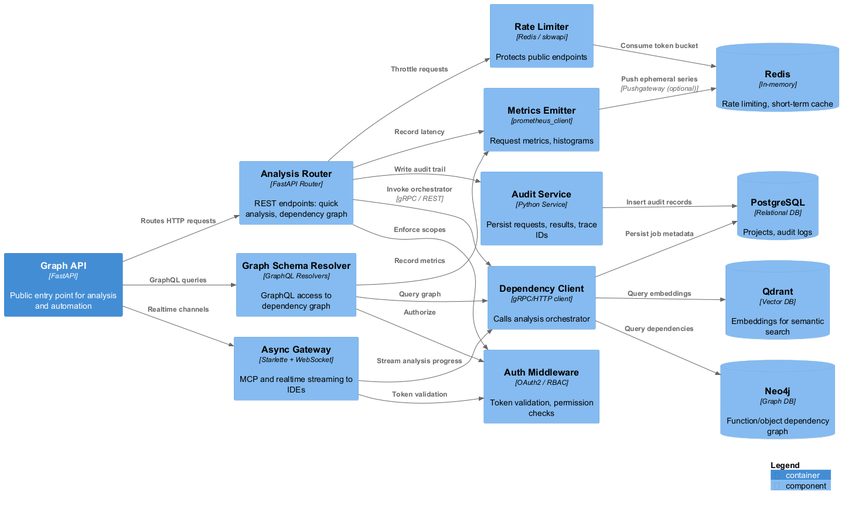
Above: docs/architecture/uml/c4/png/component_analysis.png in leandr92/1cai-public (PlantUML), before the change. Source of this version:
```plantuml
@startuml component_analysis
!include <C4/C4_Component>

LAYOUT_LEFT_RIGHT()
LAYOUT_WITH_LEGEND()

AddElementTag("Service","#e8f4ff","")
AddElementTag("Adapter","#fff4e6","")
AddElementTag("Data","#f0f7ff","")

Container(API, "Graph API", "FastAPI", "Public entry point for analysis and automation")

Component(AnalysisRouter, "Analysis Router", "FastAPI Router", "REST endpoints: quick analysis, dependency graph")
Component(SchemaResolver, "Graph Schema Resolver", "GraphQL Resolvers", "GraphQL access to dependency graph")
Component(AsyncGateway, "Async Gateway", "Starlette + WebSocket", "MCP and realtime streaming to IDEs")
Component(AuthMiddleware, "Auth Middleware", "OAuth2 / RBAC", "Token validation, permission checks", "Service")
Component(RateLimiter, "Rate Limiter", "Redis / slowapi", "Protects public endpoints", "Adapter")
Component(AuditService, "Audit Service", "Python Service", "Persist requests, results, trace IDs", "Service")
Component(DependencyClient, "Dependency Client", "gRPC/HTTP client", "Calls analysis orchestrator", "Adapter")
Component(MetricsEmitter, "Metrics Emitter", "prometheus_client", "Request metrics, histograms", "Service")

ComponentDb(Postgres, "PostgreSQL", "Relational DB", "Projects, audit logs", "Data")
ComponentDb(Neo4j, "Neo4j", "Graph DB", "Function/object dependency graph", "Data")
ComponentDb(Qdrant, "Qdrant", "Vector DB", "Embeddings for semantic search", "Data")
ComponentDb(Redis, "Redis", "In-memory", "Rate limiting, short-term cache", "Data")

Rel(API, AnalysisRouter, "Routes HTTP requests")
Rel(API, SchemaResolver, "GraphQL queries")
Rel(API, AsyncGateway, "Realtime channels")

Rel(AnalysisRouter, AuthMiddleware, "Enforce scopes")
Rel(AnalysisRouter, RateLimiter, "Throttle requests")
Rel(AnalysisRouter, DependencyClient, "Invoke orchestrator", "gRPC / REST")
Rel(AnalysisRouter, AuditService, "Write audit trail")
Rel(AnalysisRouter, MetricsEmitter, "Record latency")

Rel(SchemaResolver, AuthMiddleware, "Authorize")
Rel(SchemaResolver, DependencyClient, "Query graph")
Rel(SchemaResolver, MetricsEmitter, "Record metrics")

Rel(AsyncGateway, AuthMiddleware, "Token validation")
Rel(AsyncGateway, DependencyClient, "Stream analysis progress")

Rel(AuditService, Postgres, "Insert audit records")
Rel(DependencyClient, Neo4j, "Query dependencies")
Rel(DependencyClient, Qdrant, "Query embeddings")
Rel(DependencyClient, Postgres, "Persist job metadata")
Rel(RateLimiter, Redis, "Consume token bucket")
Rel(MetricsEmitter, Redis, "Push ephemeral series", "Pushgateway (optional)")

SHOW_LEGEND()
@enduml
```
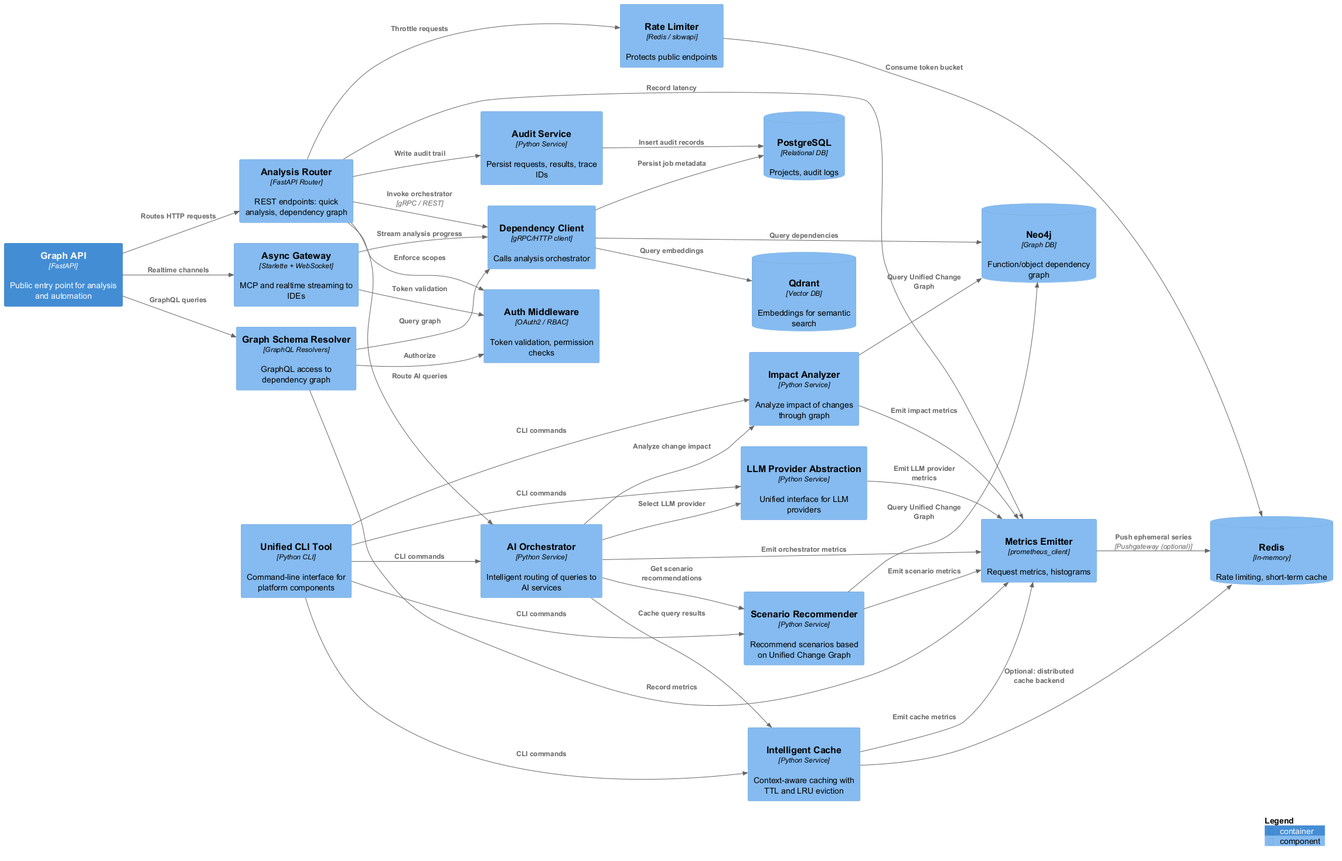
The same file after the commit.

What changed in the source:
```diff
@@ -18,6 +18,13 @@
 Component(AuditService, "Audit Service", "Python Service", "Persist requests, results, trace IDs", "Service")
 Component(DependencyClient, "Dependency Client", "gRPC/HTTP client", "Calls analysis orchestrator", "Adapter")
 Component(MetricsEmitter, "Metrics Emitter", "prometheus_client", "Request metrics, histograms", "Service")
+
+Component(AIOrchestrator, "AI Orchestrator", "Python Service", "Intelligent routing of queries to AI services", "Service")
+Component(ScenarioRecommender, "Scenario Recommender", "Python Service", "Recommend scenarios based on Unified Change Graph", "Service")
+Component(ImpactAnalyzer, "Impact Analyzer", "Python Service", "Analyze impact of changes through graph", "Service")
+Component(LLMProviderAbstraction, "LLM Provider Abstraction", "Python Service", "Unified interface for LLM providers", "Service")
+Component(IntelligentCache, "Intelligent Cache", "Python Service", "Context-aware caching with TTL and LRU eviction", "Service")
+Component(CLITool, "Unified CLI Tool", "Python CLI", "Command-line interface for platform components", "Adapter")
 
 ComponentDb(Postgres, "PostgreSQL", "Relational DB", "Projects, audit logs", "Data")
 ComponentDb(Neo4j, "Neo4j", "Graph DB", "Function/object dependency graph", "Data")
@@ -48,5 +55,24 @@
 Rel(RateLimiter, Redis, "Consume token bucket")
 Rel(MetricsEmitter, Redis, "Push ephemeral series", "Pushgateway (optional)")
 
+Rel(AnalysisRouter, AIOrchestrator, "Route AI queries")
+Rel(AIOrchestrator, ScenarioRecommender, "Get scenario recommendations")
+Rel(AIOrchestrator, ImpactAnalyzer, "Analyze change impact")
+Rel(AIOrchestrator, LLMProviderAbstraction, "Select LLM provider")
+Rel(AIOrchestrator, IntelligentCache, "Cache query results")
+Rel(ScenarioRecommender, Neo4j, "Query Unified Change Graph")
+Rel(ImpactAnalyzer, Neo4j, "Query Unified Change Graph")
+Rel(CLITool, AIOrchestrator, "CLI commands")
+Rel(CLITool, ScenarioRecommender, "CLI commands")
+Rel(CLITool, ImpactAnalyzer, "CLI commands")
+Rel(CLITool, LLMProviderAbstraction, "CLI commands")
+Rel(CLITool, IntelligentCache, "CLI commands")
+Rel(AIOrchestrator, MetricsEmitter, "Emit orchestrator metrics")
+Rel(ScenarioRecommender, MetricsEmitter, "Emit scenario metrics")
+Rel(ImpactAnalyzer, MetricsEmitter, "Emit impact metrics")
+Rel(LLMProviderAbstraction, MetricsEmitter, "Emit LLM provider metrics")
+Rel(IntelligentCache, MetricsEmitter, "Emit cache metrics")
+Rel(IntelligentCache, Redis, "Optional: distributed cache backend")
+
 SHOW_LEGEND()
 @enduml
```
